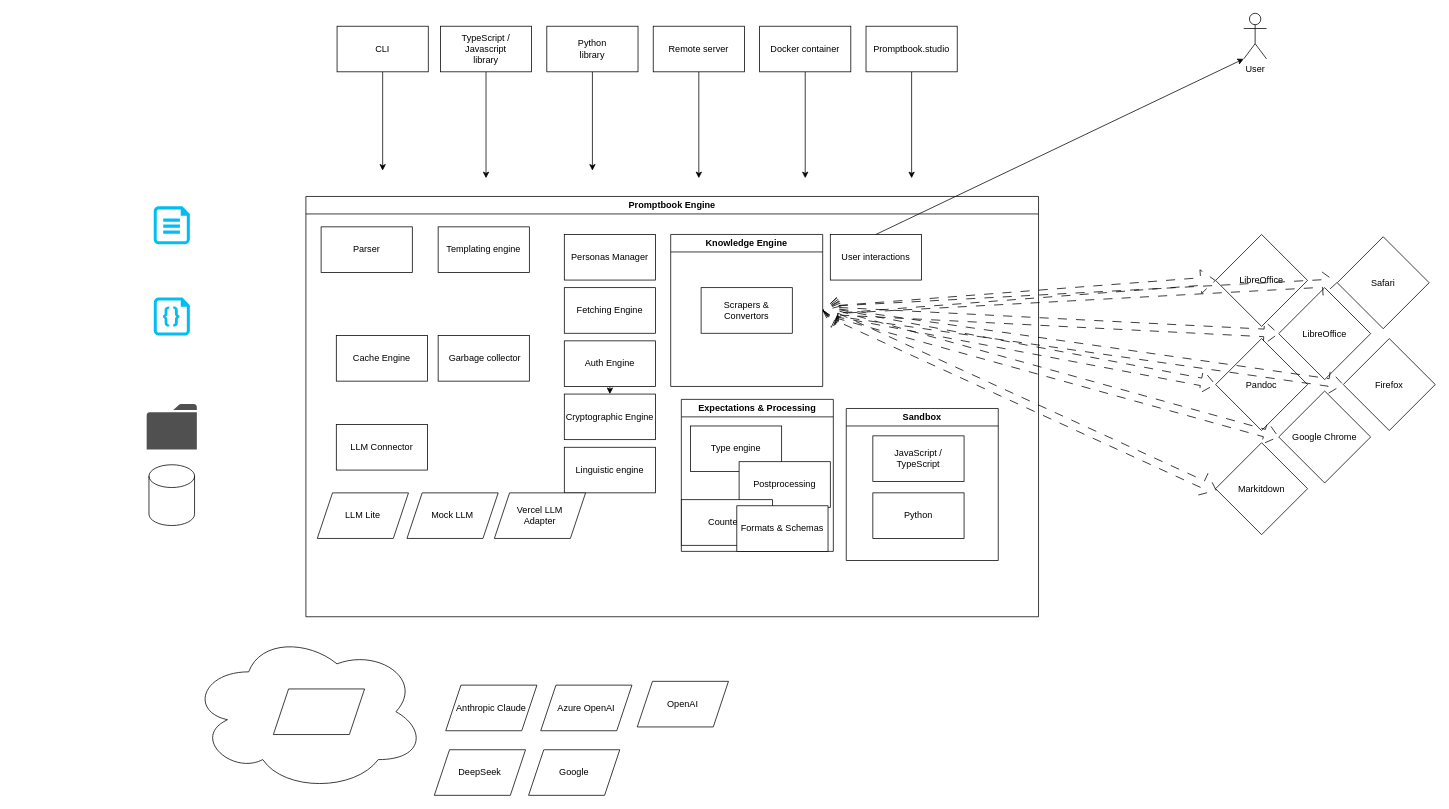
This is documents/promptbook-engine.drawio from webgptorg/promptbook, a draw.io file, before an edit. Source tidied: cells renumbered, new cells numbered last; positions are measured from the earlier drawing's top-left corner, leaving out a move shared by most shapes. Both pictures are drawn from the tidied source at 76%, with x=0, y=0 at pixel (147, 13).
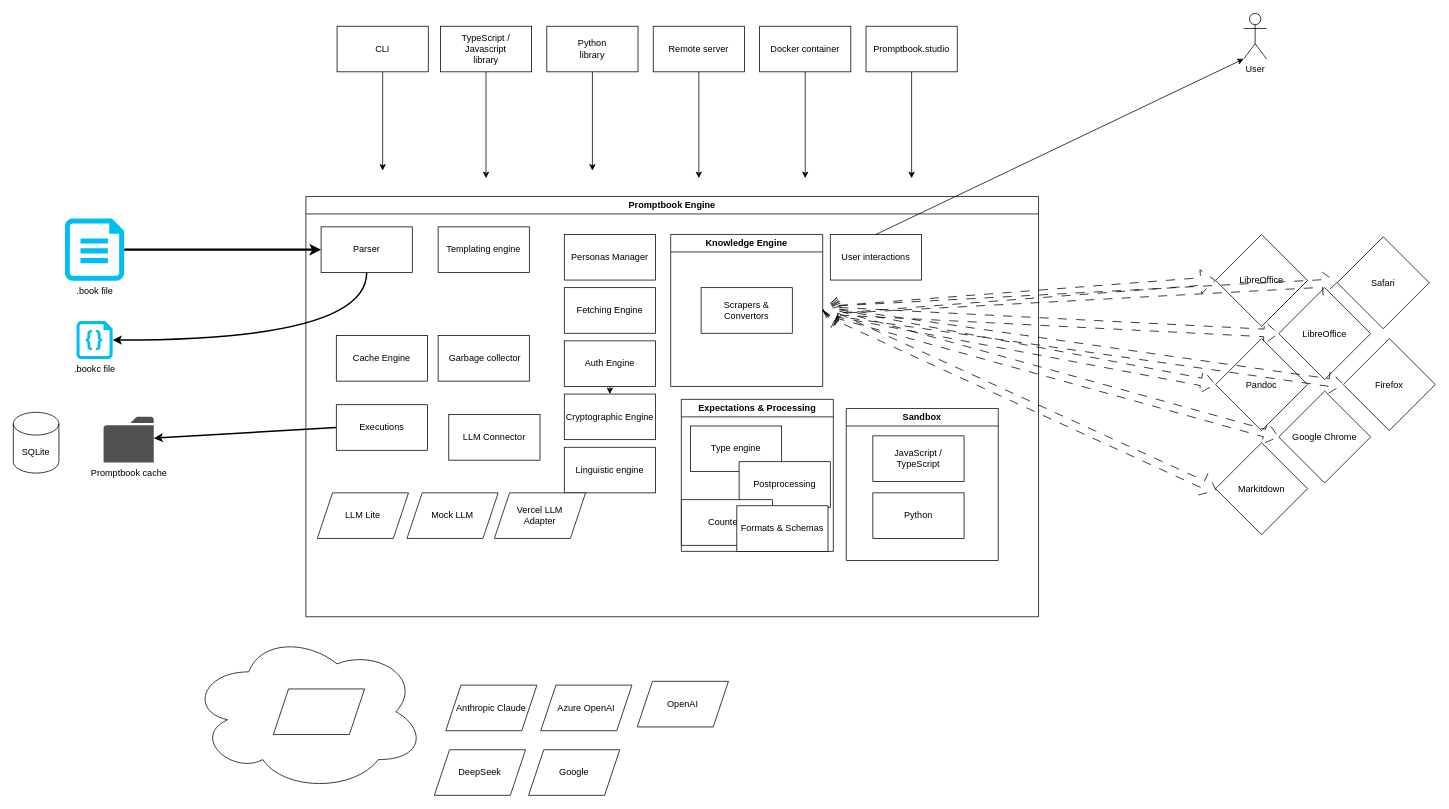
Above is the later version.

Commit message:
Promptbook engine diagram

Unchanged cells that the change refers to:
```xml
<mxCell id="6" value="Promptbook Engine" style="swimlane;whiteSpace=wrap;html=1;" parent="1" vertex="1">
  <mxGeometry x="209" y="241" width="964" height="553" as="geometry" />
</mxCell>
<mxCell id="7" value="Parser" style="rounded=0;whiteSpace=wrap;html=1;" parent="6" vertex="1">
  <mxGeometry x="20" y="40" width="120" height="60" as="geometry" />
</mxCell>
```

The edit, as a diff of the source:
```diff
@@
-    <mxCell id="2" style="verticalLabelPosition=bottom;html=1;verticalAlign=top;align=center;strokeColor=none;fillColor=#00BEF2;shape=mxgraph.azure.code_file;" parent="1" vertex="1">
-      <mxGeometry x="8.8" y="374" width="47.5" height="50" as="geometry" />
+    <mxCell id="2" value=".bookc file" style="verticalLabelPosition=bottom;html=1;verticalAlign=top;align=center;strokeColor=none;fillColor=#00BEF2;shape=mxgraph.azure.code_file;" parent="1" vertex="1">
+      <mxGeometry x="-92.8" y="405" width="47.5" height="50" as="geometry" />
     </mxCell>
+    <mxCell id="67" style="edgeStyle=none;html=1;exitX=1;exitY=0.5;exitDx=0;exitDy=0;exitPerimeter=0;entryX=0;entryY=0.5;entryDx=0;entryDy=0;strokeWidth=3;" parent="1" edge="1" source="3" target="7">
+      <mxGeometry relative="1" as="geometry" />
+    </mxCell>
-    <mxCell id="3" style="verticalLabelPosition=bottom;html=1;verticalAlign=top;align=center;strokeColor=none;fillColor=#00BEF2;shape=mxgraph.azure.cloud_services_configuration_file;" parent="1" vertex="1">
-      <mxGeometry x="8.8" y="254" width="47.5" height="50" as="geometry" />
+    <mxCell id="3" value=".book file" style="verticalLabelPosition=bottom;html=1;verticalAlign=top;align=center;strokeColor=none;fillColor=#00BEF2;shape=mxgraph.azure.cloud_services_configuration_file;" parent="1" vertex="1">
+      <mxGeometry x="-108" y="270" width="77.9" height="82" as="geometry" />
     </mxCell>
-    <mxCell id="4" style="shadow=0;dashed=0;html=1;strokeColor=none;fillColor=#505050;labelPosition=center;verticalLabelPosition=bottom;verticalAlign=top;outlineConnect=0;align=center;shape=mxgraph.office.concepts.folder;" parent="1" vertex="1">
-      <mxGeometry x="-0.5" y="514" width="66" height="60" as="geometry" />
+    <mxCell id="4" value="Promptbook cache" style="shadow=0;dashed=0;html=1;strokeColor=none;fillColor=#505050;labelPosition=center;verticalLabelPosition=bottom;verticalAlign=top;outlineConnect=0;align=center;shape=mxgraph.office.concepts.folder;" parent="1" vertex="1">
+      <mxGeometry x="-57.2" y="531" width="66" height="60" as="geometry" />
     </mxCell>
-    <mxCell id="5" style="shape=cylinder3;whiteSpace=wrap;html=1;boundedLbl=1;backgroundOutline=1;size=15;" parent="1" vertex="1">
-      <mxGeometry x="2.5" y="594" width="60" height="80" as="geometry" />
+    <mxCell id="5" value="SQLite" style="shape=cylinder3;whiteSpace=wrap;html=1;boundedLbl=1;backgroundOutline=1;size=15;" parent="1" vertex="1">
+      <mxGeometry x="-176" y="525" width="60" height="80" as="geometry" />
     </mxCell>
@@
     <mxCell id="8" value="LLM Connector" style="rounded=0;whiteSpace=wrap;html=1;" parent="6" vertex="1">
-      <mxGeometry x="40" y="300" width="120" height="60" as="geometry" />
+      <mxGeometry x="188" y="287" width="120" height="60" as="geometry" />
     </mxCell>
@@
+    <mxCell id="68" value="Executions" style="rounded=0;whiteSpace=wrap;html=1;" parent="6" vertex="1">
+      <mxGeometry x="40" y="274" width="120" height="60" as="geometry" />
+    </mxCell>
@@
+    <mxCell id="69" style="edgeStyle=orthogonalEdgeStyle;html=1;exitX=0.5;exitY=1;exitDx=0;exitDy=0;entryX=1;entryY=0.5;entryDx=0;entryDy=0;entryPerimeter=0;curved=1;strokeWidth=2;" parent="1" edge="1" source="7" target="2">
+      <mxGeometry relative="1" as="geometry" />
+    </mxCell>
+    <mxCell id="70" style="edgeStyle=none;html=1;exitX=0;exitY=0.5;exitDx=0;exitDy=0;strokeWidth=2;" parent="1" edge="1" source="68" target="4">
+      <mxGeometry relative="1" as="geometry" />
+    </mxCell>
```
